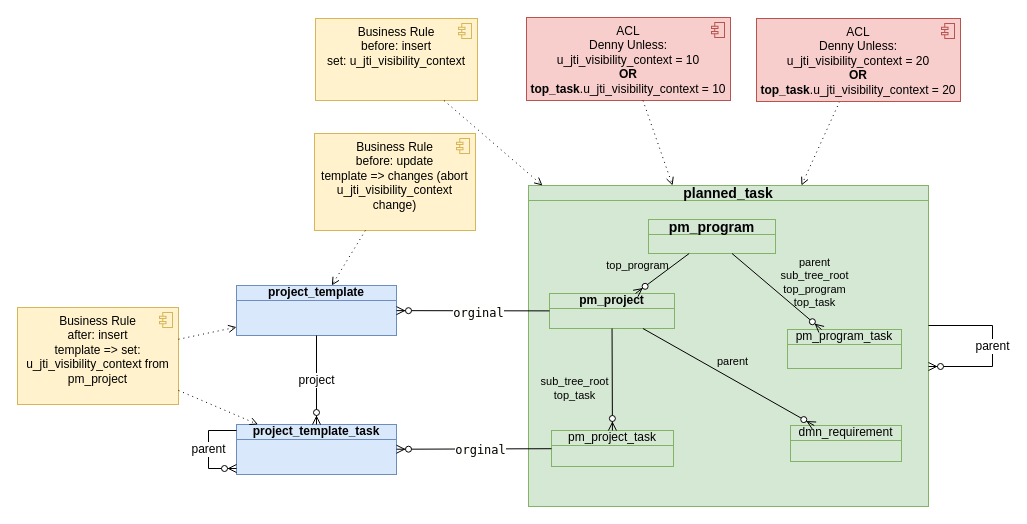
Above: page "templateVisibV2" (6 of 15) of JTI.drawio in algimas/tmp (draw.io), before the change. Source tidied: cells renumbered, new cells numbered last; positions are measured from the earlier drawing's top-left corner, leaving out a move shared by most shapes. Both pictures are drawn from the tidied source at 100%, with x=0, y=0 at pixel (17, 17).
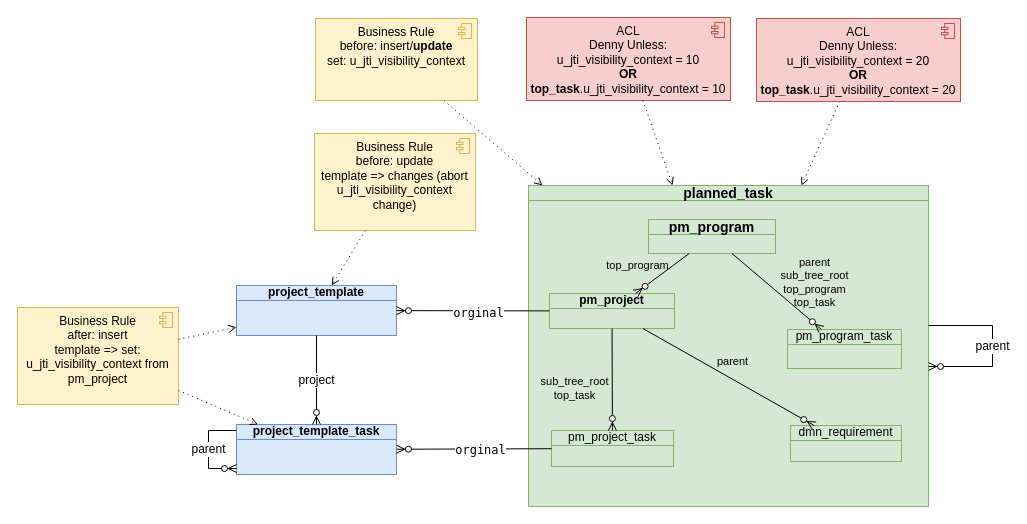
After the change.

What changed in the source:
```diff
@@
-    <mxCell id="24" value="&lt;div&gt;Business Rule&lt;/div&gt;&lt;div&gt;before: insert&lt;/div&gt;&lt;div&gt;set: u_jti_visibility_context&lt;br&gt;&lt;/div&gt;" style="html=1;outlineConnect=0;whiteSpace=wrap;fillColor=#fff2cc;shape=mxgraph.archimate3.application;appType=comp;archiType=square;strokeColor=#d6b656;verticalAlign=top;" parent="1" vertex="1">
+    <mxCell id="24" value="&lt;div&gt;Business Rule&lt;/div&gt;&lt;div&gt;before: insert/&lt;b&gt;update&lt;/b&gt;&lt;/div&gt;&lt;div&gt;set: u_jti_visibility_context&lt;br&gt;&lt;/div&gt;" style="html=1;outlineConnect=0;whiteSpace=wrap;fillColor=#fff2cc;shape=mxgraph.archimate3.application;appType=comp;archiType=square;strokeColor=#d6b656;verticalAlign=top;" parent="1" vertex="1">
       <mxGeometry x="298" y="1" width="162" height="82" as="geometry" />
     </mxCell>
```
